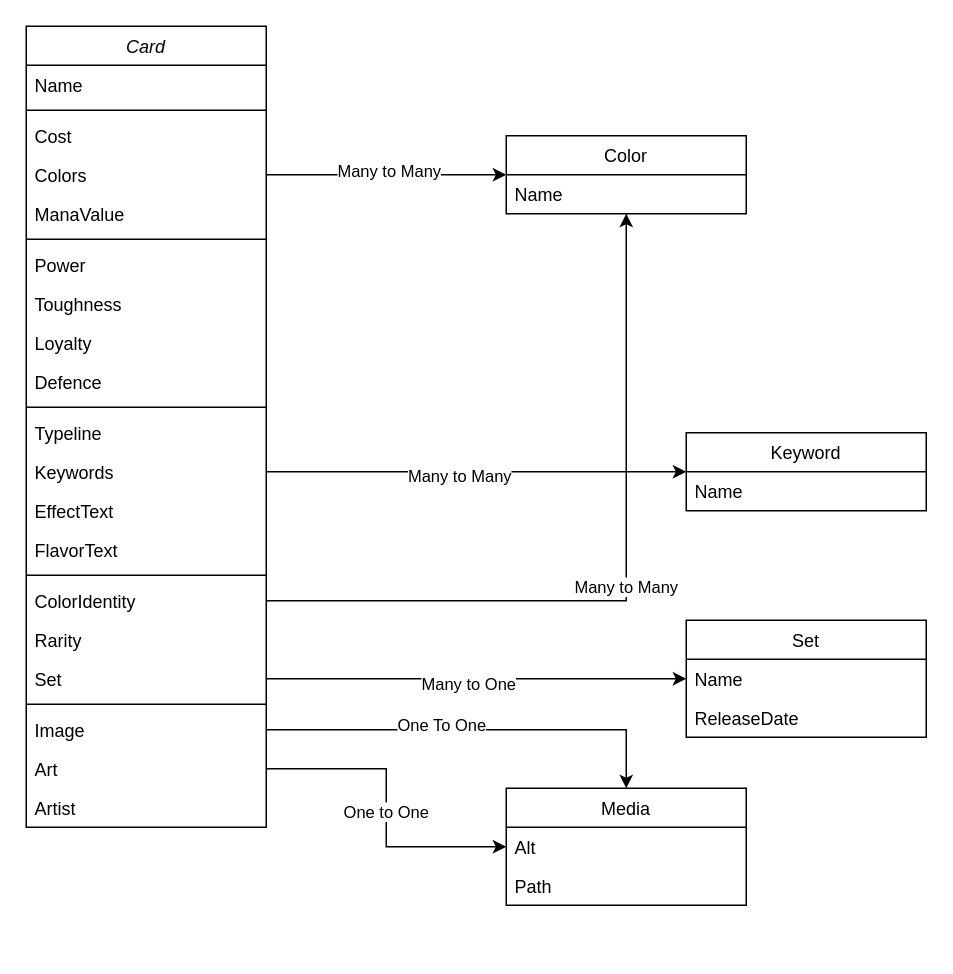
Above: Magicdle.drawio in CryoDelta/Magicdle (draw.io), before the change. Source tidied: cells renumbered, new cells numbered last; positions are measured from the earlier drawing's top-left corner, leaving out a move shared by most shapes. Both pictures are drawn from the tidied source at 150%, with x=0, y=0 at pixel (26, 26).
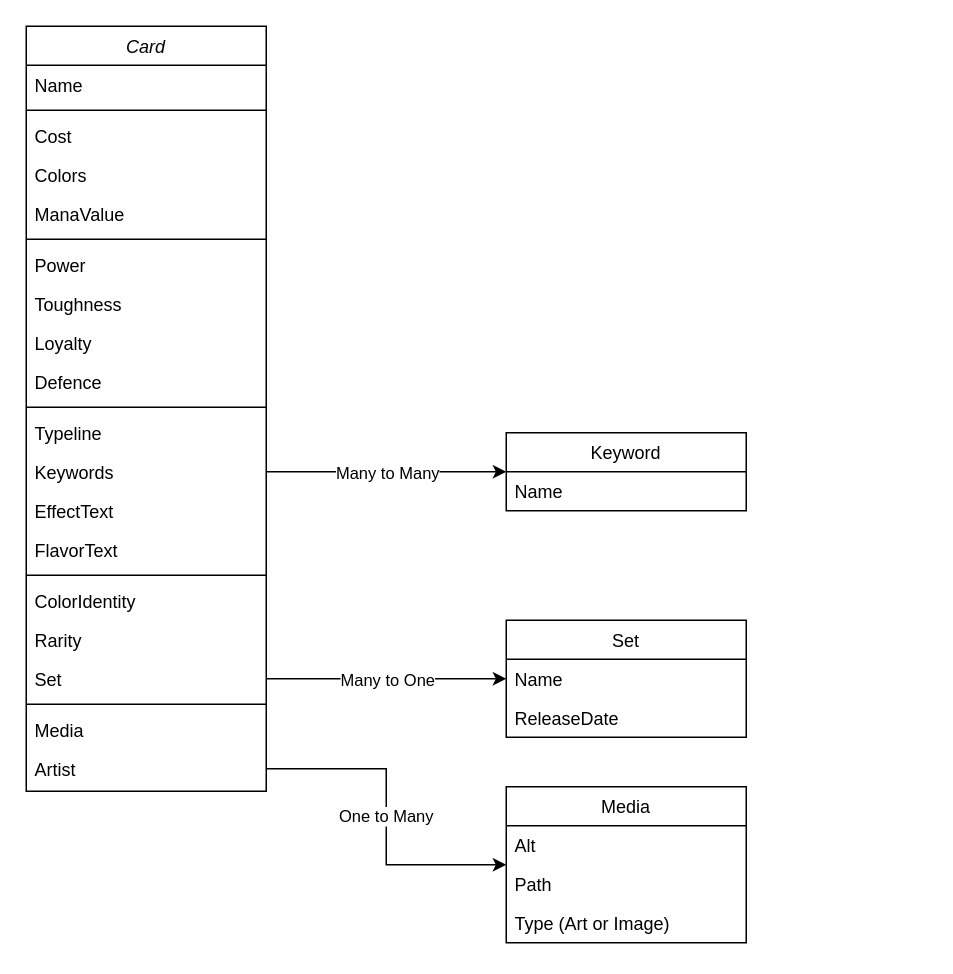
The same page after the edit.

Unchanged cells that the change refers to:
```xml
<mxCell id="6" value="Colors" style="text;align=left;verticalAlign=top;spacingLeft=4;spacingRight=4;overflow=hidden;points=[[0,0.5],[1,0.5]];portConstraint=eastwest;rounded=0;shadow=0;html=0;" parent="2" vertex="1">
  <mxGeometry y="86" width="160" height="26" as="geometry" />
</mxCell>
<mxCell id="19" value="ColorIdentity" style="text;align=left;verticalAlign=top;spacingLeft=4;spacingRight=4;overflow=hidden;points=[[0,0.5],[1,0.5]];portConstraint=eastwest;rounded=0;shadow=0;html=0;" parent="2" vertex="1">
  <mxGeometry y="370" width="160" height="26" as="geometry" />
</mxCell>
<mxCell id="39" style="edgeStyle=orthogonalEdgeStyle;rounded=0;jettySize=auto;html=1;exitX=1;exitY=0.5;exitDx=0;exitDy=0;" parent="1" edge="1" source="15" target="31">
  <mxGeometry relative="1" as="geometry" />
</mxCell>
<mxCell id="41" style="edgeStyle=orthogonalEdgeStyle;rounded=0;jettySize=auto;html=1;exitX=1;exitY=0.5;exitDx=0;exitDy=0;" parent="1" edge="1" source="21" target="28">
  <mxGeometry relative="1" as="geometry" />
</mxCell>
```

The edit, as a diff of the source:
```diff
@@
     <mxCell id="2" value="Card" style="swimlane;fontStyle=2;align=center;verticalAlign=top;horizontal=1;startSize=26;rounded=0;shadow=0;strokeWidth=1;" parent="1" vertex="1">
-      <mxGeometry width="160" height="534" as="geometry" />
+      <mxGeometry width="160" height="510" as="geometry" />
     </mxCell>
@@
-    <mxCell id="23" value="Image" style="text;align=left;verticalAlign=top;spacingLeft=4;spacingRight=4;overflow=hidden;points=[[0,0.5],[1,0.5]];portConstraint=eastwest;rounded=0;shadow=0;html=0;" parent="2" vertex="1">
+    <mxCell id="23" value="Media&#10;" style="text;align=left;verticalAlign=top;spacingLeft=4;spacingRight=4;overflow=hidden;points=[[0,0.5],[1,0.5]];portConstraint=eastwest;rounded=0;shadow=0;html=0;" parent="2" vertex="1">
       <mxGeometry y="456" width="160" height="26" as="geometry" />
     </mxCell>
-    <mxCell id="24" value="Art" style="text;align=left;verticalAlign=top;spacingLeft=4;spacingRight=4;overflow=hidden;points=[[0,0.5],[1,0.5]];portConstraint=eastwest;rounded=0;shadow=0;html=0;" parent="2" vertex="1">
-      <mxGeometry y="482" width="160" height="26" as="geometry" />
-    </mxCell>
     <mxCell id="25" value="Artist" style="text;align=left;verticalAlign=top;spacingLeft=4;spacingRight=4;overflow=hidden;points=[[0,0.5],[1,0.5]];portConstraint=eastwest;rounded=0;shadow=0;html=0;" parent="2" vertex="1">
-      <mxGeometry y="508" width="160" height="26" as="geometry" />
+      <mxGeometry y="482" width="160" height="26" as="geometry" />
     </mxCell>
-    <mxCell id="26" value="Color" style="swimlane;fontStyle=0;align=center;verticalAlign=top;horizontal=1;startSize=26;rounded=0;shadow=0;strokeWidth=1;" parent="1" vertex="1">
-      <mxGeometry x="320" y="73" width="160" height="52" as="geometry" />
-    </mxCell>
-    <mxCell id="27" value="Name" style="text;align=left;verticalAlign=top;spacingLeft=4;spacingRight=4;overflow=hidden;" parent="26" vertex="1">
-      <mxGeometry y="26" width="160" height="26" as="geometry" />
-    </mxCell>
     <mxCell id="28" value="Set" style="swimlane;fontStyle=0;align=center;verticalAlign=top;horizontal=1;startSize=26;rounded=0;shadow=0;strokeWidth=1;" parent="1" vertex="1">
-      <mxGeometry x="440" y="396" width="160" height="78" as="geometry" />
+      <mxGeometry x="320" y="396" width="160" height="78" as="geometry" />
     </mxCell>
@@
     <mxCell id="31" value="Keyword" style="swimlane;fontStyle=0;align=center;verticalAlign=top;horizontal=1;startSize=26;rounded=0;shadow=0;strokeWidth=1;" parent="1" vertex="1">
-      <mxGeometry x="440" y="271" width="160" height="52" as="geometry" />
+      <mxGeometry x="320" y="271" width="160" height="52" as="geometry" />
     </mxCell>
@@
     <mxCell id="33" value="Media" style="swimlane;fontStyle=0;align=center;verticalAlign=top;horizontal=1;startSize=26;rounded=0;shadow=0;strokeWidth=1;" parent="1" vertex="1">
-      <mxGeometry x="320" y="508" width="160" height="78" as="geometry" />
+      <mxGeometry x="320" y="507" width="160" height="104" as="geometry" />
     </mxCell>
@@
-    <mxCell id="36" style="edgeStyle=orthogonalEdgeStyle;rounded=0;jettySize=auto;html=1;exitX=1;exitY=0.5;exitDx=0;exitDy=0;" parent="1" edge="1" source="6" target="26">
-      <mxGeometry relative="1" as="geometry" />
-    </mxCell>
-    <mxCell id="37" value="Many to Many" style="edgeLabel;html=1;align=center;verticalAlign=middle;" parent="36" vertex="1">
-      <mxGeometry x="0.01" y="3" relative="1" as="geometry" />
-    </mxCell>
-    <mxCell id="38" value="Many to Many" style="edgeStyle=orthogonalEdgeStyle;rounded=0;jettySize=auto;html=1;exitX=1;exitY=0.5;exitDx=0;exitDy=0;" parent="1" edge="1" source="19" target="26">
-      <mxGeometry relative="1" as="geometry" />
-    </mxCell>
+    <mxCell id="47" value="Type (Art or Image)" style="text;align=left;verticalAlign=top;spacingLeft=4;spacingRight=4;overflow=hidden;" parent="33" vertex="1">
+      <mxGeometry y="78" width="160" height="26" as="geometry" />
+    </mxCell>
@@
     <mxCell id="40" value="Many to Many" style="edgeLabel;html=1;align=center;verticalAlign=middle;" parent="39" vertex="1">
       <mxGeometry x="-0.29" y="-2" relative="1" as="geometry">
-        <mxPoint x="29" as="offset" />
+        <mxPoint x="23" y="-2" as="offset" />
       </mxGeometry>
     </mxCell>
@@
     <mxCell id="42" value="Many to One" style="edgeLabel;html=1;align=center;verticalAlign=middle;" parent="41" vertex="1">
-      <mxGeometry x="-0.04" y="-3" relative="1" as="geometry" />
+      <mxGeometry x="-0.04" y="-3" relative="1" as="geometry">
+        <mxPoint x="3" y="-3" as="offset" />
+      </mxGeometry>
     </mxCell>
-    <mxCell id="43" style="edgeStyle=orthogonalEdgeStyle;rounded=0;jettySize=auto;html=1;exitX=1;exitY=0.5;exitDx=0;exitDy=0;entryX=0.5;entryY=0;entryDx=0;entryDy=0;" parent="1" edge="1" source="23" target="33">
-      <mxGeometry relative="1" as="geometry" />
-    </mxCell>
-    <mxCell id="44" value="One To One" style="edgeLabel;html=1;align=center;verticalAlign=middle;" parent="43" vertex="1">
-      <mxGeometry x="-0.17" y="4" relative="1" as="geometry" />
-    </mxCell>
-    <mxCell id="45" style="edgeStyle=orthogonalEdgeStyle;rounded=0;jettySize=auto;html=1;exitX=1;exitY=0.5;exitDx=0;exitDy=0;" parent="1" edge="1" source="24" target="33">
-      <mxGeometry relative="1" as="geometry" />
-    </mxCell>
-    <mxCell id="46" value="One to One" style="edgeLabel;html=1;align=center;verticalAlign=middle;" parent="45" vertex="1">
-      <mxGeometry x="0.02" y="-1" relative="1" as="geometry" />
-    </mxCell>
+    <mxCell id="48" value="One to Many" style="edgeStyle=orthogonalEdgeStyle;rounded=0;jettySize=auto;html=1;exitX=1;exitY=0.5;exitDx=0;exitDy=0;" parent="1" edge="1" source="25" target="33">
+      <mxGeometry relative="1" as="geometry" />
+    </mxCell>
```
